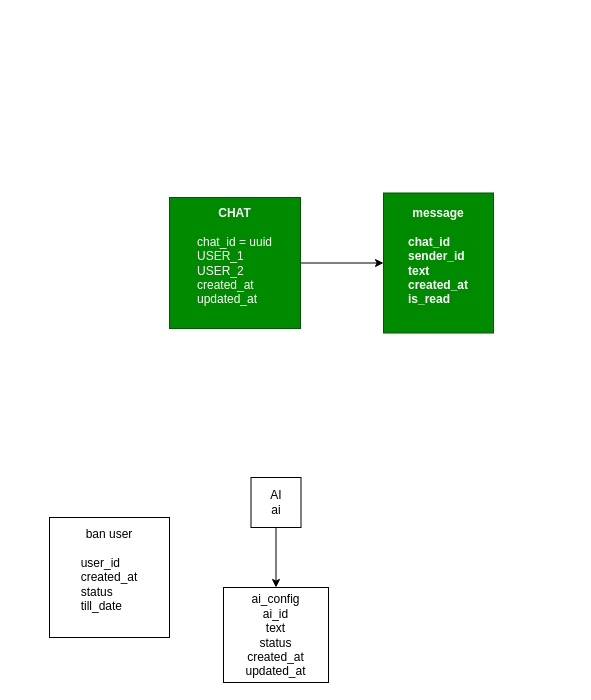
Above: practice.drawio in KogaCyber/test (draw.io), before the change. Source tidied: cells renumbered, new cells numbered last; positions are measured from the earlier drawing's top-left corner, leaving out a move shared by most shapes. Both pictures are drawn from the tidied source at 100%, with x=0, y=0 at pixel (49, 193).
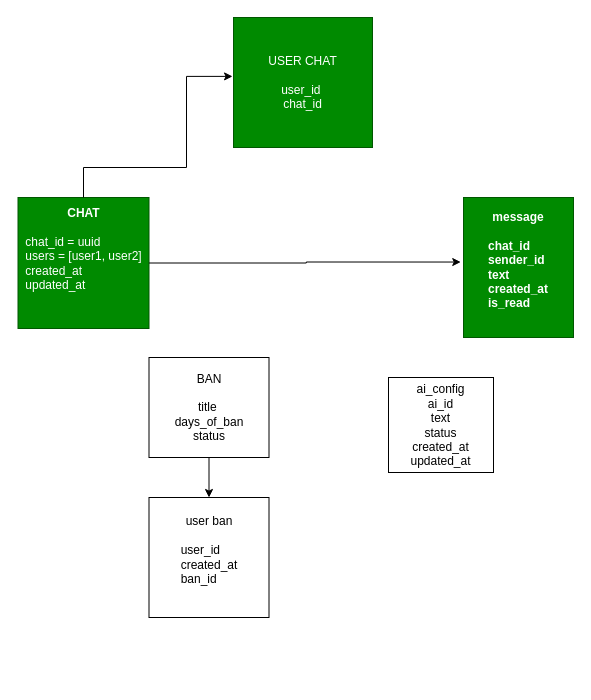
The same diagram, later.

Diff of the diagram source:
```diff
@@
 <mxGraphModel>
   <root>
     <mxCell id="0" />
     <mxCell id="1" parent="0" />
-    <mxCell id="2" style="edgeStyle=orthogonalEdgeStyle;rounded=0;jettySize=auto;html=1;" parent="1" edge="1" source="3" target="7">
-      <mxGeometry relative="1" as="geometry" />
-    </mxCell>
-    <mxCell id="3" value="&lt;b&gt;CHAT&lt;/b&gt;&lt;div&gt;&lt;br&gt;&lt;/div&gt;&lt;div&gt;&lt;div&gt;&lt;div style=&quot;text-align: left;&quot;&gt;&lt;span style=&quot;background-color: transparent; color: light-dark(rgb(255, 255, 255), rgb(18, 18, 18));&quot;&gt;chat_id = uuid&lt;/span&gt;&lt;/div&gt;&lt;div style=&quot;text-align: left;&quot;&gt;USER_1&lt;/div&gt;&lt;div style=&quot;text-align: left;&quot;&gt;USER_2&lt;/div&gt;&lt;div style=&quot;text-align: left;&quot;&gt;created_at&amp;nbsp;&lt;/div&gt;&lt;div style=&quot;text-align: left;&quot;&gt;updated_at&lt;/div&gt;&lt;div style=&quot;text-align: left;&quot;&gt;&lt;b&gt;&lt;br&gt;&lt;/b&gt;&lt;/div&gt;&lt;/div&gt;&lt;/div&gt;" style="whiteSpace=wrap;html=1;shadow=0;fillColor=light-dark(#008A00,#FFFFFF);strokeColor=#005700;fontColor=#ffffff;align=center;" parent="1" vertex="1">
-      <mxGeometry x="120" y="4" width="131" height="131" as="geometry" />
+    <mxCell id="3" value="&lt;b&gt;CHAT&lt;/b&gt;&lt;div&gt;&lt;br&gt;&lt;/div&gt;&lt;div&gt;&lt;div style=&quot;text-align: left;&quot;&gt;&lt;span style=&quot;background-color: transparent; color: light-dark(rgb(255, 255, 255), rgb(18, 18, 18));&quot;&gt;chat_id = uuid&lt;/span&gt;&lt;/div&gt;&lt;div style=&quot;text-align: left;&quot;&gt;users = [user1, user2]&lt;/div&gt;&lt;div style=&quot;text-align: left;&quot;&gt;created_at&lt;/div&gt;&lt;div style=&quot;text-align: left;&quot;&gt;updated_at&lt;/div&gt;&lt;div style=&quot;text-align: left;&quot;&gt;&lt;b&gt;&lt;br&gt;&lt;br&gt;&lt;/b&gt;&lt;/div&gt;&lt;/div&gt;" style="whiteSpace=wrap;html=1;shadow=0;fillColor=light-dark(#008A00,#FFFFFF);strokeColor=#005700;fontColor=#ffffff;align=center;" parent="1" vertex="1">
+      <mxGeometry x="-31.5" y="4" width="131" height="131" as="geometry" />
     </mxCell>
-    <mxCell id="4" value="ban user&lt;div&gt;&lt;br&gt;&lt;/div&gt;&lt;div style=&quot;text-align: left;&quot;&gt;user_id&amp;nbsp;&lt;/div&gt;&lt;div style=&quot;text-align: left;&quot;&gt;created_at&lt;/div&gt;&lt;div style=&quot;text-align: left;&quot;&gt;status&lt;/div&gt;&lt;div style=&quot;text-align: left;&quot;&gt;till_date&lt;/div&gt;&lt;div&gt;&lt;br&gt;&lt;/div&gt;" style="whiteSpace=wrap;html=1;" parent="1" vertex="1">
-      <mxGeometry y="324" width="120" height="120" as="geometry" />
+    <mxCell id="4" value="&lt;div&gt;user ban&lt;/div&gt;&lt;div&gt;&lt;br&gt;&lt;/div&gt;&lt;div style=&quot;text-align: left;&quot;&gt;user_id&amp;nbsp;&lt;/div&gt;&lt;div style=&quot;text-align: left;&quot;&gt;created_at&lt;/div&gt;&lt;div style=&quot;text-align: left;&quot;&gt;ban_id&lt;/div&gt;&lt;div&gt;&lt;br&gt;&lt;/div&gt;" style="whiteSpace=wrap;html=1;" parent="1" vertex="1">
+      <mxGeometry x="99.5" y="304" width="120" height="120" as="geometry" />
     </mxCell>
-    <mxCell id="5" style="edgeStyle=orthogonalEdgeStyle;rounded=0;jettySize=auto;html=1;" parent="1" edge="1" source="6" target="8">
-      <mxGeometry relative="1" as="geometry" />
-    </mxCell>
-    <mxCell id="6" value="AI&lt;div&gt;ai&lt;/div&gt;" style="whiteSpace=wrap;html=1;" parent="1" vertex="1">
-      <mxGeometry x="201.5" y="284" width="50" height="50" as="geometry" />
-    </mxCell>
     <mxCell id="7" value="&lt;b&gt;message&lt;/b&gt;&lt;div&gt;&lt;b&gt;&lt;br&gt;&lt;/b&gt;&lt;/div&gt;&lt;div style=&quot;text-align: left;&quot;&gt;&lt;b&gt;chat_id&lt;/b&gt;&lt;/div&gt;&lt;div style=&quot;text-align: left;&quot;&gt;&lt;b&gt;sender_id&lt;/b&gt;&lt;/div&gt;&lt;div style=&quot;text-align: left;&quot;&gt;&lt;b&gt;text&amp;nbsp;&lt;/b&gt;&lt;/div&gt;&lt;div style=&quot;text-align: left;&quot;&gt;&lt;b&gt;created_at&lt;/b&gt;&lt;/div&gt;&lt;div style=&quot;text-align: left;&quot;&gt;&lt;b style=&quot;background-color: transparent; color: light-dark(rgb(255, 255, 255), rgb(18, 18, 18));&quot;&gt;is_read&lt;/b&gt;&lt;/div&gt;&lt;div&gt;&lt;b style=&quot;background-color: transparent; color: light-dark(rgb(255, 255, 255), rgb(18, 18, 18));&quot;&gt;&lt;br&gt;&lt;/b&gt;&lt;/div&gt;" style="whiteSpace=wrap;html=1;fillColor=light-dark(#008A00,#FFFFFF);strokeColor=#005700;fontColor=#ffffff;shadow=0;" parent="1" vertex="1">
-      <mxGeometry x="334" y="-0.5" width="110" height="140" as="geometry" />
+      <mxGeometry x="414" y="4" width="110" height="140" as="geometry" />
     </mxCell>
     <mxCell id="8" value="ai_config&lt;div&gt;ai_id&lt;/div&gt;&lt;div&gt;text&lt;/div&gt;&lt;div&gt;status&lt;/div&gt;&lt;div&gt;created_at&lt;/div&gt;&lt;div&gt;updated_at&lt;/div&gt;" style="whiteSpace=wrap;html=1;" parent="1" vertex="1">
-      <mxGeometry x="174" y="394" width="105" height="95" as="geometry" />
+      <mxGeometry x="339" y="184" width="105" height="95" as="geometry" />
     </mxCell>
+    <mxCell id="9" style="edgeStyle=orthogonalEdgeStyle;rounded=0;jettySize=auto;html=1;" parent="1" edge="1" source="10" target="4">
+      <mxGeometry relative="1" as="geometry" />
+    </mxCell>
+    <mxCell id="10" value="BAN&lt;br&gt;&lt;br&gt;&lt;div&gt;title&amp;nbsp;&lt;/div&gt;&lt;div&gt;days_of_ban&lt;/div&gt;&lt;div&gt;status&lt;/div&gt;" style="whiteSpace=wrap;html=1;align=center;" parent="1" vertex="1">
+      <mxGeometry x="99.5" y="164" width="120" height="100" as="geometry" />
+    </mxCell>
+    <mxCell id="11" value="USER CHAT&lt;div&gt;&lt;br&gt;&lt;/div&gt;&lt;div&gt;user_id&amp;nbsp;&lt;/div&gt;&lt;div&gt;chat_id&lt;/div&gt;" style="whiteSpace=wrap;html=1;fillColor=light-dark(#008A00,#FFFFFF);strokeColor=#005700;fontColor=#ffffff;shadow=0;" parent="1" vertex="1">
+      <mxGeometry x="184" y="-176" width="139" height="130" as="geometry" />
+    </mxCell>
+    <mxCell id="2" style="edgeStyle=orthogonalEdgeStyle;rounded=0;jettySize=auto;html=1;entryX=-0.025;entryY=0.461;entryDx=0;entryDy=0;entryPerimeter=0;" parent="1" edge="1" source="3" target="7">
+      <mxGeometry relative="1" as="geometry" />
+    </mxCell>
+    <mxCell id="12" style="edgeStyle=orthogonalEdgeStyle;rounded=0;jettySize=auto;html=1;entryX=-0.007;entryY=0.453;entryDx=0;entryDy=0;entryPerimeter=0;" parent="1" edge="1" source="3" target="11">
+      <mxGeometry relative="1" as="geometry">
+        <Array as="points">
+          <mxPoint x="34" y="-26" />
+          <mxPoint x="137" y="-26" />
+          <mxPoint x="137" y="-117" />
+        </Array>
+      </mxGeometry>
+    </mxCell>
   </root>
 </mxGraphModel>
```
